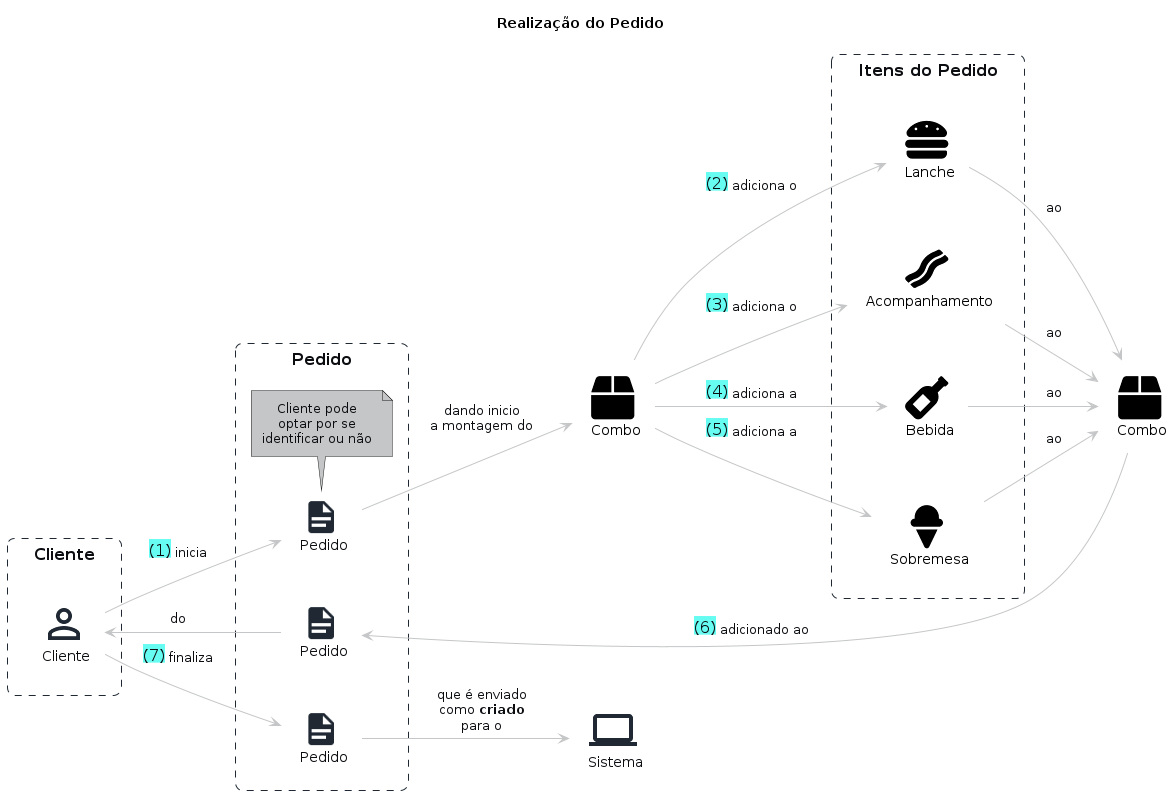
jfelipearaujo/fast-food-api keeps this PlantUML diagram as docs/features/Realização do pedido/realizacao_pedido.png. Above is the earlier version.
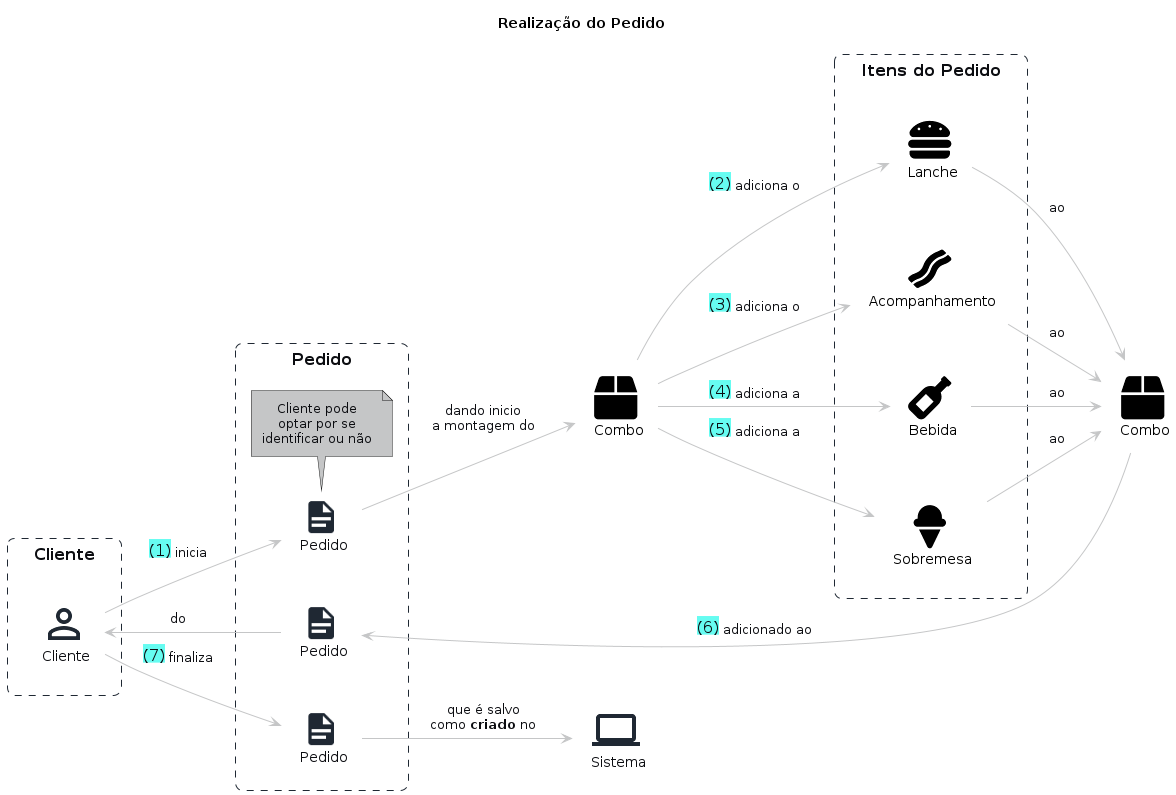
Above is the later version.

Commit message:
doc: atualizado step de status do pedido

Change to the diagram source:
```diff
@@ -39,6 +39,6 @@
 activity(_, Combo1, adiciona a, Bebida, ao, Combo2, -->)
 activity(_, Combo1, adiciona a, Sobremesa, ao, Combo2, -->)
 activity(_, Combo2, adicionado ao, Pedido2, do, Cliente, <--)
-activity(_, Cliente, finaliza, Pedido3, que é enviado\ncomo **criado**\npara o, Sistema)
+activity(_, Cliente, finaliza, Pedido3,que é salvo\ncomo **criado** no, Sistema)
 
 @enduml
```
